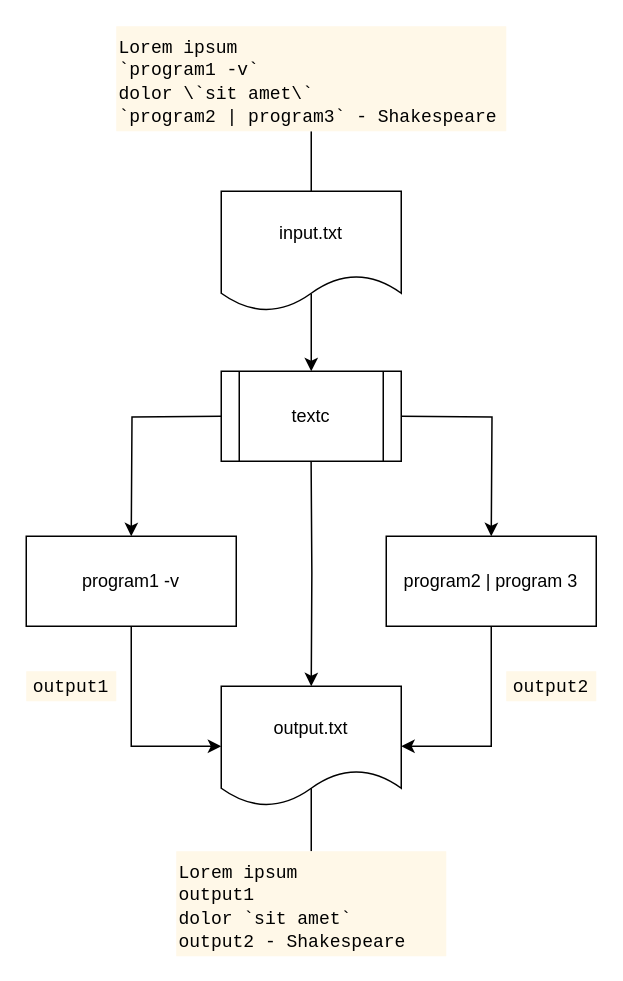
Earlier version of the draw.io diagram diagrams/textc_file.drawio (donotturnoff/htmlc). Source tidied: cells renumbered, new cells numbered last; positions are measured from the earlier drawing's top-left corner, leaving out a move shared by most shapes. Both pictures are drawn from the tidied source at 150%, with x=0, y=0 at pixel (26, 26).
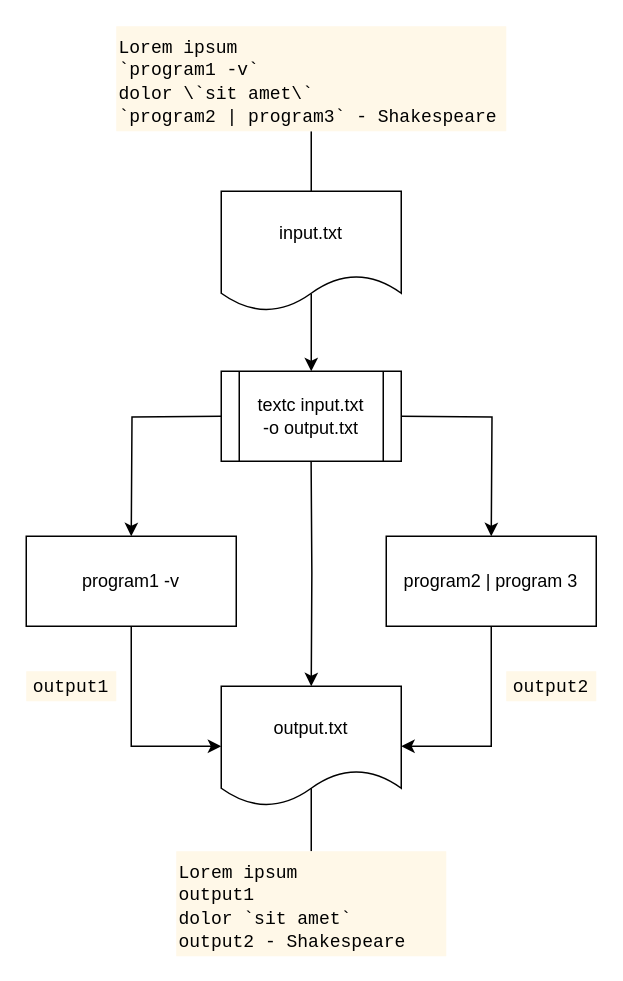
The same page after the edit.

Commit message (it also covers changes not shown here):
Add textc arguments to diagram (correctly this time)

What changed in the source:
```diff
@@
-    <mxCell id="11" value="textc" style="shape=process;whiteSpace=wrap;html=1;backgroundOutline=1;" parent="1" vertex="1">
+    <mxCell id="11" value="textc input.txt&lt;br&gt;-o output.txt" style="shape=process;whiteSpace=wrap;html=1;backgroundOutline=1;" parent="1" vertex="1">
       <mxGeometry x="130" y="230" width="120" height="60" as="geometry" />
     </mxCell>
```
